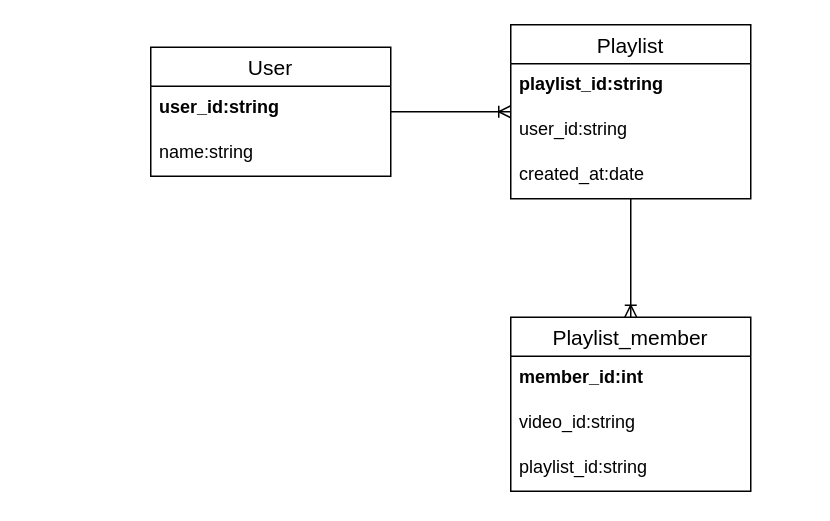
The draw.io diagram docs/er.drawio in toki0902/psApp_Nextjs, before the edit. Source tidied: cells renumbered, new cells numbered last; positions are measured from the earlier drawing's top-left corner, leaving out a move shared by most shapes. Both pictures are drawn from the tidied source at 150%, with x=0, y=0 at pixel (150, 24).
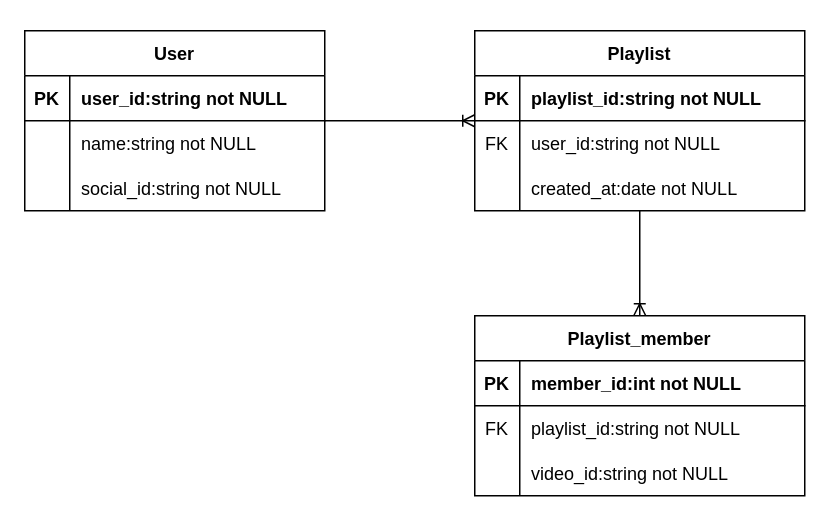
The same page after the edit.

Diff of the diagram source:
```diff
@@
-    <mxCell id="2" value="User" style="swimlane;fontStyle=0;horizontal=1;startSize=26;align=center;fontSize=14;" parent="1" vertex="1">
-      <mxGeometry y="15" width="160" height="86" as="geometry" />
-    </mxCell>
-    <mxCell id="3" value="user_id:string" style="text;strokeColor=none;fillColor=none;spacingLeft=4;spacingRight=4;overflow=hidden;fontSize=12;fontStyle=1;" parent="2" vertex="1">
-      <mxGeometry y="26" width="160" height="30" as="geometry" />
-    </mxCell>
-    <mxCell id="4" value="name:string" style="text;strokeColor=none;fillColor=none;spacingLeft=4;spacingRight=4;overflow=hidden;fontSize=12;" parent="2" vertex="1">
-      <mxGeometry y="56" width="160" height="30" as="geometry" />
-    </mxCell>
-    <mxCell id="5" value="Playlist" style="swimlane;fontStyle=0;horizontal=1;startSize=26;align=center;fontSize=14;" parent="1" vertex="1">
-      <mxGeometry x="240" width="160" height="116" as="geometry" />
-    </mxCell>
-    <mxCell id="6" value="playlist_id:string" style="text;strokeColor=none;fillColor=none;spacingLeft=4;spacingRight=4;overflow=hidden;fontSize=12;fontStyle=1;" parent="5" vertex="1">
-      <mxGeometry y="26" width="160" height="30" as="geometry" />
-    </mxCell>
-    <mxCell id="7" value="user_id:string" style="text;strokeColor=none;fillColor=none;spacingLeft=4;spacingRight=4;overflow=hidden;fontSize=12;fontStyle=0;" parent="5" vertex="1">
-      <mxGeometry y="56" width="160" height="30" as="geometry" />
-    </mxCell>
-    <mxCell id="8" value="created_at:date" style="text;strokeColor=none;fillColor=none;spacingLeft=4;spacingRight=4;overflow=hidden;fontSize=12;" parent="5" vertex="1">
-      <mxGeometry y="86" width="160" height="30" as="geometry" />
-    </mxCell>
-    <mxCell id="9" value="Playlist_member" style="swimlane;fontStyle=0;horizontal=1;startSize=26;align=center;fontSize=14;" parent="1" vertex="1">
-      <mxGeometry x="240" y="195" width="160" height="116" as="geometry" />
-    </mxCell>
-    <mxCell id="10" value="member_id:int" style="text;strokeColor=none;fillColor=none;spacingLeft=4;spacingRight=4;overflow=hidden;fontSize=12;fontStyle=1;" parent="9" vertex="1">
-      <mxGeometry y="26" width="160" height="30" as="geometry" />
-    </mxCell>
-    <mxCell id="11" value="video_id:string" style="text;strokeColor=none;fillColor=none;spacingLeft=4;spacingRight=4;overflow=hidden;fontSize=12;" parent="9" vertex="1">
-      <mxGeometry y="56" width="160" height="30" as="geometry" />
-    </mxCell>
-    <mxCell id="12" value="playlist_id:string" style="text;strokeColor=none;fillColor=none;spacingLeft=4;spacingRight=4;overflow=hidden;fontSize=12;" parent="9" vertex="1">
-      <mxGeometry y="86" width="160" height="30" as="geometry" />
-    </mxCell>
@@
+    <mxCell id="2" value="User" style="shape=table;startSize=30;childLayout=tableLayout;rowLines=0;fontStyle=1;align=center;" parent="1" vertex="1">
+      <mxGeometry x="-84" y="4" width="200" height="120" as="geometry" />
+    </mxCell>
+    <mxCell id="15" style="shape=tableRow;horizontal=0;startSize=0;swimlaneHead=0;swimlaneBody=0;fillColor=none;top=0;left=0;right=0;bottom=1;" parent="2" vertex="1">
+      <mxGeometry y="30" width="200" height="30" as="geometry" />
+    </mxCell>
+    <mxCell id="16" value="PK" style="shape=partialRectangle;fillColor=none;top=0;left=0;bottom=0;right=0;fontStyle=1;overflow=hidden;" parent="15" vertex="1">
+      <mxGeometry width="30" height="30" as="geometry" />
+    </mxCell>
+    <mxCell id="17" value="user_id:string not NULL" style="shape=partialRectangle;fillColor=none;top=0;left=0;bottom=0;right=0;align=left;spacingLeft=6;fontStyle=1;overflow=hidden;" parent="15" vertex="1">
+      <mxGeometry x="30" width="170" height="30" as="geometry" />
+    </mxCell>
+    <mxCell id="18" style="shape=tableRow;horizontal=0;startSize=0;swimlaneHead=0;swimlaneBody=0;fillColor=none;top=0;left=0;right=0;bottom=0;" parent="2" vertex="1">
+      <mxGeometry y="60" width="200" height="30" as="geometry" />
+    </mxCell>
+    <mxCell id="19" style="shape=partialRectangle;fillColor=none;top=0;left=0;bottom=0;right=0;overflow=hidden;" parent="18" vertex="1">
+      <mxGeometry width="30" height="30" as="geometry" />
+    </mxCell>
+    <mxCell id="20" value="name:string not NULL" style="shape=partialRectangle;fillColor=none;top=0;left=0;bottom=0;right=0;align=left;spacingLeft=6;overflow=hidden;" parent="18" vertex="1">
+      <mxGeometry x="30" width="170" height="30" as="geometry" />
+    </mxCell>
+    <mxCell id="21" style="shape=tableRow;horizontal=0;startSize=0;swimlaneHead=0;swimlaneBody=0;fillColor=none;top=0;left=0;right=0;bottom=0;" parent="2" vertex="1">
+      <mxGeometry y="90" width="200" height="30" as="geometry" />
+    </mxCell>
+    <mxCell id="22" style="shape=partialRectangle;fillColor=none;top=0;left=0;bottom=0;right=0;overflow=hidden;" parent="21" vertex="1">
+      <mxGeometry width="30" height="30" as="geometry" />
+    </mxCell>
+    <mxCell id="23" value="social_id:string not NULL" style="shape=partialRectangle;fillColor=none;top=0;left=0;bottom=0;right=0;align=left;spacingLeft=6;overflow=hidden;" parent="21" vertex="1">
+      <mxGeometry x="30" width="170" height="30" as="geometry" />
+    </mxCell>
+    <mxCell id="5" value="Playlist" style="shape=table;startSize=30;childLayout=tableLayout;rowLines=0;fontStyle=1;align=center;" parent="1" vertex="1">
+      <mxGeometry x="216" y="4" width="220" height="120" as="geometry" />
+    </mxCell>
+    <mxCell id="24" style="shape=tableRow;horizontal=0;startSize=0;swimlaneHead=0;swimlaneBody=0;fillColor=none;top=0;left=0;right=0;bottom=1;" parent="5" vertex="1">
+      <mxGeometry y="30" width="220" height="30" as="geometry" />
+    </mxCell>
+    <mxCell id="25" value="PK" style="shape=partialRectangle;fillColor=none;top=0;left=0;bottom=0;right=0;fontStyle=1;overflow=hidden;" parent="24" vertex="1">
+      <mxGeometry width="30" height="30" as="geometry" />
+    </mxCell>
+    <mxCell id="26" value="playlist_id:string not NULL" style="shape=partialRectangle;fillColor=none;top=0;left=0;bottom=0;right=0;align=left;spacingLeft=6;fontStyle=1;overflow=hidden;" parent="24" vertex="1">
+      <mxGeometry x="30" width="190" height="30" as="geometry" />
+    </mxCell>
+    <mxCell id="27" style="shape=tableRow;horizontal=0;startSize=0;swimlaneHead=0;swimlaneBody=0;fillColor=none;top=0;left=0;right=0;bottom=0;" parent="5" vertex="1">
+      <mxGeometry y="60" width="220" height="30" as="geometry" />
+    </mxCell>
+    <mxCell id="28" value="FK" style="shape=partialRectangle;fillColor=none;top=0;left=0;bottom=0;right=0;overflow=hidden;" parent="27" vertex="1">
+      <mxGeometry width="30" height="30" as="geometry" />
+    </mxCell>
+    <mxCell id="29" value="user_id:string not NULL" style="shape=partialRectangle;fillColor=none;top=0;left=0;bottom=0;right=0;align=left;spacingLeft=6;overflow=hidden;" parent="27" vertex="1">
+      <mxGeometry x="30" width="190" height="30" as="geometry" />
+    </mxCell>
+    <mxCell id="30" style="shape=tableRow;horizontal=0;startSize=0;swimlaneHead=0;swimlaneBody=0;fillColor=none;top=0;left=0;right=0;bottom=0;" parent="5" vertex="1">
+      <mxGeometry y="90" width="220" height="30" as="geometry" />
+    </mxCell>
+    <mxCell id="31" style="shape=partialRectangle;fillColor=none;top=0;left=0;bottom=0;right=0;overflow=hidden;" parent="30" vertex="1">
+      <mxGeometry width="30" height="30" as="geometry" />
+    </mxCell>
+    <mxCell id="32" value="created_at:date not NULL" style="shape=partialRectangle;fillColor=none;top=0;left=0;bottom=0;right=0;align=left;spacingLeft=6;overflow=hidden;" parent="30" vertex="1">
+      <mxGeometry x="30" width="190" height="30" as="geometry" />
+    </mxCell>
+    <mxCell id="9" value="Playlist_member" style="shape=table;startSize=30;childLayout=tableLayout;rowLines=0;fontStyle=1;align=center;" parent="1" vertex="1">
+      <mxGeometry x="216" y="194" width="220" height="120" as="geometry" />
+    </mxCell>
+    <mxCell id="33" style="shape=tableRow;horizontal=0;startSize=0;swimlaneHead=0;swimlaneBody=0;fillColor=none;top=0;left=0;right=0;bottom=1;" parent="9" vertex="1">
+      <mxGeometry y="30" width="220" height="30" as="geometry" />
+    </mxCell>
+    <mxCell id="34" value="PK" style="shape=partialRectangle;fillColor=none;top=0;left=0;bottom=0;right=0;fontStyle=1;overflow=hidden;" parent="33" vertex="1">
+      <mxGeometry width="30" height="30" as="geometry" />
+    </mxCell>
+    <mxCell id="35" value="member_id:int not NULL" style="shape=partialRectangle;fillColor=none;top=0;left=0;bottom=0;right=0;align=left;spacingLeft=6;fontStyle=1;overflow=hidden;" parent="33" vertex="1">
+      <mxGeometry x="30" width="190" height="30" as="geometry" />
+    </mxCell>
+    <mxCell id="36" style="shape=tableRow;horizontal=0;startSize=0;swimlaneHead=0;swimlaneBody=0;fillColor=none;top=0;left=0;right=0;bottom=0;" parent="9" vertex="1">
+      <mxGeometry y="60" width="220" height="30" as="geometry" />
+    </mxCell>
+    <mxCell id="37" value="FK" style="shape=partialRectangle;fillColor=none;top=0;left=0;bottom=0;right=0;overflow=hidden;" parent="36" vertex="1">
+      <mxGeometry width="30" height="30" as="geometry" />
+    </mxCell>
+    <mxCell id="38" value="playlist_id:string not NULL" style="shape=partialRectangle;fillColor=none;top=0;left=0;bottom=0;right=0;align=left;spacingLeft=6;overflow=hidden;" parent="36" vertex="1">
+      <mxGeometry x="30" width="190" height="30" as="geometry" />
+    </mxCell>
+    <mxCell id="39" style="shape=tableRow;horizontal=0;startSize=0;swimlaneHead=0;swimlaneBody=0;fillColor=none;top=0;left=0;right=0;bottom=0;" parent="9" vertex="1">
+      <mxGeometry y="90" width="220" height="30" as="geometry" />
+    </mxCell>
+    <mxCell id="40" style="shape=partialRectangle;fillColor=none;top=0;left=0;bottom=0;right=0;overflow=hidden;" parent="39" vertex="1">
+      <mxGeometry width="30" height="30" as="geometry" />
+    </mxCell>
+    <mxCell id="41" value="video_id:string not NULL" style="shape=partialRectangle;fillColor=none;top=0;left=0;bottom=0;right=0;align=left;spacingLeft=6;overflow=hidden;" parent="39" vertex="1">
+      <mxGeometry x="30" width="190" height="30" as="geometry" />
+    </mxCell>
```
